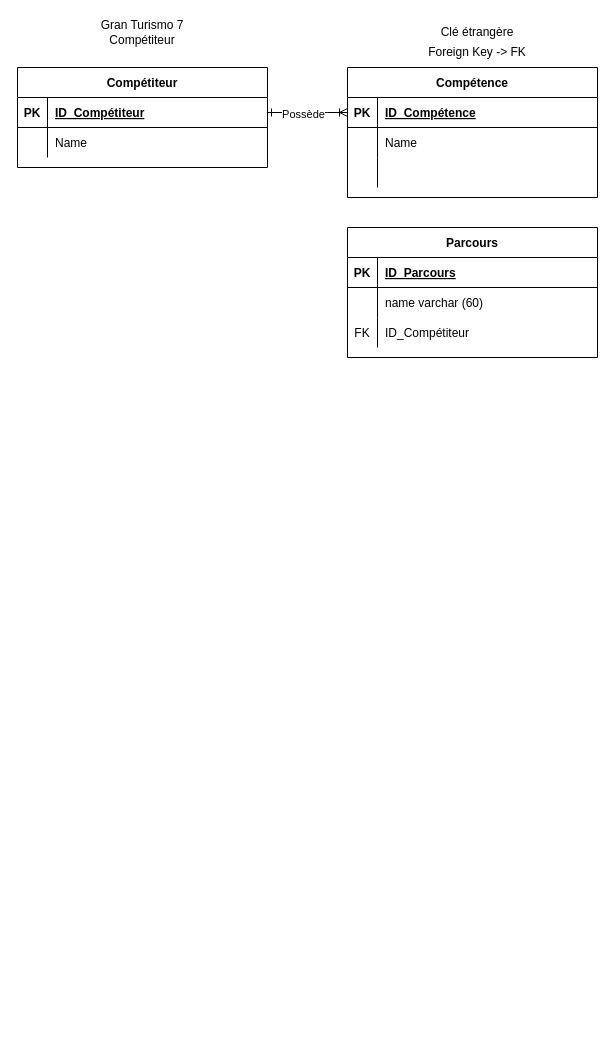
mbacc69005Branly/BTS2-CIEL-IR-MCD-2024-2025 keeps this draw.io diagram as Diagramme 1.drawio. Above is the earlier version. Source tidied: cells renumbered, new cells numbered last; positions are measured from the earlier drawing's top-left corner, leaving out a move shared by most shapes. Both pictures are drawn from the tidied source at 100%, with x=0, y=0 at pixel (17, 17).
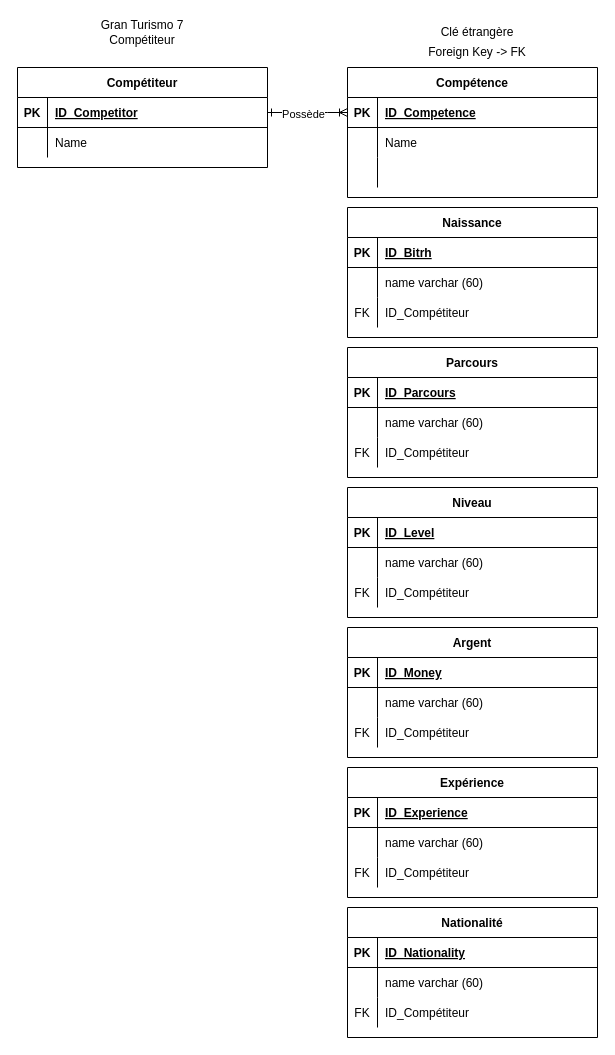
The same diagram, later.

Commit message:
Mettre à jour Description Diagramme 1.drawio

Unchanged cells that the change refers to:
```xml
<mxCell id="5" style="shape=partialRectangle;fillColor=none;points=[[0,0.5],[1,0.5]];portConstraint=eastwest;top=0;left=0;right=0;bottom=1;" parent="4" vertex="1">
  <mxGeometry y="30" width="250" height="30" as="geometry" />
</mxCell>
<mxCell id="15" style="shape=partialRectangle;fillColor=none;top=0;left=0;right=0;bottom=1;" parent="14" vertex="1">
  <mxGeometry y="30" width="250" height="30" as="geometry" />
</mxCell>
<mxCell id="25" style="shape=partialRectangle;fillColor=none;points=[[0,0.5],[1,0.5]];portConstraint=eastwest;top=0;left=0;right=0;bottom=1;" parent="24" vertex="1">
  <mxGeometry y="30" width="250" height="30" as="geometry" />
</mxCell>
```

Diff of the diagram source:
```diff
@@
-    <mxCell id="7" value="ID_Compétence" style="shape=partialRectangle;overflow=hidden;fillColor=none;top=0;left=0;bottom=0;right=0;align=left;spacingLeft=6;fontStyle=5;" parent="5" vertex="1">
+    <mxCell id="7" value="ID_Competence" style="shape=partialRectangle;overflow=hidden;fillColor=none;top=0;left=0;bottom=0;right=0;align=left;spacingLeft=6;fontStyle=5;" parent="5" vertex="1">
       <mxGeometry x="30" width="220" height="30" as="geometry" />
     </mxCell>
@@
-    <mxCell id="14" value="Parcours" style="shape=table;startSize=30;childLayout=tableLayout;rowLines=0;fontStyle=1;align=center;" parent="1" vertex="1">
-      <mxGeometry x="330" y="210" width="250" height="130" as="geometry" />
+    <mxCell id="14" value="Niveau" style="shape=table;startSize=30;childLayout=tableLayout;rowLines=0;fontStyle=1;align=center;" parent="1" vertex="1">
+      <mxGeometry x="330" y="470" width="250" height="130" as="geometry" />
     </mxCell>
@@
-    <mxCell id="17" value="ID_Parcours" style="shape=partialRectangle;overflow=hidden;fillColor=none;top=0;left=0;bottom=0;right=0;align=left;spacingLeft=6;fontStyle=5;" parent="15" vertex="1">
+    <mxCell id="17" value="ID_Level" style="shape=partialRectangle;overflow=hidden;fillColor=none;top=0;left=0;bottom=0;right=0;align=left;spacingLeft=6;fontStyle=5;" parent="15" vertex="1">
       <mxGeometry x="30" width="220" height="30" as="geometry" />
     </mxCell>
@@
-    <mxCell id="27" value="ID_Compétiteur" style="shape=partialRectangle;overflow=hidden;fillColor=none;top=0;left=0;bottom=0;right=0;align=left;spacingLeft=6;fontStyle=5;" parent="25" vertex="1">
+    <mxCell id="27" value="ID_Competitor" style="shape=partialRectangle;overflow=hidden;fillColor=none;top=0;left=0;bottom=0;right=0;align=left;spacingLeft=6;fontStyle=5;" parent="25" vertex="1">
       <mxGeometry x="30" width="220" height="30" as="geometry" />
     </mxCell>
@@
+    <mxCell id="34" value="Argent" style="shape=table;startSize=30;childLayout=tableLayout;rowLines=0;fontStyle=1;align=center;" parent="1" vertex="1">
+      <mxGeometry x="330" y="610" width="250" height="130" as="geometry" />
+    </mxCell>
+    <mxCell id="35" style="shape=partialRectangle;fillColor=none;top=0;left=0;right=0;bottom=1;" parent="34" vertex="1">
+      <mxGeometry y="30" width="250" height="30" as="geometry" />
+    </mxCell>
+    <mxCell id="36" value="PK" style="shape=partialRectangle;overflow=hidden;fillColor=none;top=0;left=0;bottom=0;right=0;fontStyle=1;" parent="35" vertex="1">
+      <mxGeometry width="30" height="30" as="geometry" />
+    </mxCell>
+    <mxCell id="37" value="ID_Money" style="shape=partialRectangle;overflow=hidden;fillColor=none;top=0;left=0;bottom=0;right=0;align=left;spacingLeft=6;fontStyle=5;" parent="35" vertex="1">
+      <mxGeometry x="30" width="220" height="30" as="geometry" />
+    </mxCell>
+    <mxCell id="38" style="shape=partialRectangle;fillColor=none;top=0;left=0;right=0;bottom=0;" parent="34" vertex="1">
+      <mxGeometry y="60" width="250" height="30" as="geometry" />
+    </mxCell>
+    <mxCell id="39" style="shape=partialRectangle;overflow=hidden;fillColor=none;top=0;left=0;bottom=0;right=0;" parent="38" vertex="1">
+      <mxGeometry width="30" height="30" as="geometry" />
+    </mxCell>
+    <mxCell id="40" value="name varchar (60)" style="shape=partialRectangle;overflow=hidden;fillColor=none;top=0;left=0;bottom=0;right=0;align=left;spacingLeft=6;" parent="38" vertex="1">
+      <mxGeometry x="30" width="220" height="30" as="geometry" />
+    </mxCell>
+    <mxCell id="41" style="shape=partialRectangle;fillColor=none;top=0;left=0;right=0;bottom=0;" parent="34" vertex="1">
+      <mxGeometry y="90" width="250" height="30" as="geometry" />
+    </mxCell>
+    <mxCell id="42" value="FK" style="shape=partialRectangle;overflow=hidden;fillColor=none;top=0;left=0;bottom=0;right=0;" parent="41" vertex="1">
+      <mxGeometry width="30" height="30" as="geometry" />
+    </mxCell>
+    <mxCell id="43" value="ID_Compétiteur" style="shape=partialRectangle;overflow=hidden;fillColor=none;top=0;left=0;bottom=0;right=0;align=left;spacingLeft=6;" parent="41" vertex="1">
+      <mxGeometry x="30" width="220" height="30" as="geometry" />
+    </mxCell>
+    <mxCell id="44" value="Naissance" style="shape=table;startSize=30;childLayout=tableLayout;rowLines=0;fontStyle=1;align=center;" parent="1" vertex="1">
+      <mxGeometry x="330" y="190" width="250" height="130" as="geometry" />
+    </mxCell>
+    <mxCell id="45" style="shape=partialRectangle;fillColor=none;top=0;left=0;right=0;bottom=1;" parent="44" vertex="1">
+      <mxGeometry y="30" width="250" height="30" as="geometry" />
+    </mxCell>
+    <mxCell id="46" value="PK" style="shape=partialRectangle;overflow=hidden;fillColor=none;top=0;left=0;bottom=0;right=0;fontStyle=1;" parent="45" vertex="1">
+      <mxGeometry width="30" height="30" as="geometry" />
+    </mxCell>
+    <mxCell id="47" value="ID_Bitrh" style="shape=partialRectangle;overflow=hidden;fillColor=none;top=0;left=0;bottom=0;right=0;align=left;spacingLeft=6;fontStyle=5;" parent="45" vertex="1">
+      <mxGeometry x="30" width="220" height="30" as="geometry" />
+    </mxCell>
+    <mxCell id="48" style="shape=partialRectangle;fillColor=none;top=0;left=0;right=0;bottom=0;" parent="44" vertex="1">
+      <mxGeometry y="60" width="250" height="30" as="geometry" />
+    </mxCell>
+    <mxCell id="49" style="shape=partialRectangle;overflow=hidden;fillColor=none;top=0;left=0;bottom=0;right=0;" parent="48" vertex="1">
+      <mxGeometry width="30" height="30" as="geometry" />
+    </mxCell>
+    <mxCell id="50" value="name varchar (60)" style="shape=partialRectangle;overflow=hidden;fillColor=none;top=0;left=0;bottom=0;right=0;align=left;spacingLeft=6;" parent="48" vertex="1">
+      <mxGeometry x="30" width="220" height="30" as="geometry" />
+    </mxCell>
+    <mxCell id="51" style="shape=partialRectangle;fillColor=none;top=0;left=0;right=0;bottom=0;" parent="44" vertex="1">
+      <mxGeometry y="90" width="250" height="30" as="geometry" />
+    </mxCell>
+    <mxCell id="52" value="FK" style="shape=partialRectangle;overflow=hidden;fillColor=none;top=0;left=0;bottom=0;right=0;" parent="51" vertex="1">
+      <mxGeometry width="30" height="30" as="geometry" />
+    </mxCell>
+    <mxCell id="53" value="ID_Compétiteur" style="shape=partialRectangle;overflow=hidden;fillColor=none;top=0;left=0;bottom=0;right=0;align=left;spacingLeft=6;" parent="51" vertex="1">
+      <mxGeometry x="30" width="220" height="30" as="geometry" />
+    </mxCell>
+    <mxCell id="54" value="Parcours" style="shape=table;startSize=30;childLayout=tableLayout;rowLines=0;fontStyle=1;align=center;" parent="1" vertex="1">
+      <mxGeometry x="330" y="330" width="250" height="130" as="geometry" />
+    </mxCell>
+    <mxCell id="55" style="shape=partialRectangle;fillColor=none;top=0;left=0;right=0;bottom=1;" parent="54" vertex="1">
+      <mxGeometry y="30" width="250" height="30" as="geometry" />
+    </mxCell>
+    <mxCell id="56" value="PK" style="shape=partialRectangle;overflow=hidden;fillColor=none;top=0;left=0;bottom=0;right=0;fontStyle=1;" parent="55" vertex="1">
+      <mxGeometry width="30" height="30" as="geometry" />
+    </mxCell>
+    <mxCell id="57" value="ID_Parcours" style="shape=partialRectangle;overflow=hidden;fillColor=none;top=0;left=0;bottom=0;right=0;align=left;spacingLeft=6;fontStyle=5;" parent="55" vertex="1">
+      <mxGeometry x="30" width="220" height="30" as="geometry" />
+    </mxCell>
+    <mxCell id="58" style="shape=partialRectangle;fillColor=none;top=0;left=0;right=0;bottom=0;" parent="54" vertex="1">
+      <mxGeometry y="60" width="250" height="30" as="geometry" />
+    </mxCell>
+    <mxCell id="59" style="shape=partialRectangle;overflow=hidden;fillColor=none;top=0;left=0;bottom=0;right=0;" parent="58" vertex="1">
+      <mxGeometry width="30" height="30" as="geometry" />
+    </mxCell>
+    <mxCell id="60" value="name varchar (60)" style="shape=partialRectangle;overflow=hidden;fillColor=none;top=0;left=0;bottom=0;right=0;align=left;spacingLeft=6;" parent="58" vertex="1">
+      <mxGeometry x="30" width="220" height="30" as="geometry" />
+    </mxCell>
+    <mxCell id="61" style="shape=partialRectangle;fillColor=none;top=0;left=0;right=0;bottom=0;" parent="54" vertex="1">
+      <mxGeometry y="90" width="250" height="30" as="geometry" />
+    </mxCell>
+    <mxCell id="62" value="FK" style="shape=partialRectangle;overflow=hidden;fillColor=none;top=0;left=0;bottom=0;right=0;" parent="61" vertex="1">
+      <mxGeometry width="30" height="30" as="geometry" />
+    </mxCell>
+    <mxCell id="63" value="ID_Compétiteur" style="shape=partialRectangle;overflow=hidden;fillColor=none;top=0;left=0;bottom=0;right=0;align=left;spacingLeft=6;" parent="61" vertex="1">
+      <mxGeometry x="30" width="220" height="30" as="geometry" />
+    </mxCell>
+    <mxCell id="64" value="Expérience" style="shape=table;startSize=30;childLayout=tableLayout;rowLines=0;fontStyle=1;align=center;" parent="1" vertex="1">
+      <mxGeometry x="330" y="750" width="250" height="130" as="geometry" />
+    </mxCell>
+    <mxCell id="65" style="shape=partialRectangle;fillColor=none;top=0;left=0;right=0;bottom=1;" parent="64" vertex="1">
+      <mxGeometry y="30" width="250" height="30" as="geometry" />
+    </mxCell>
+    <mxCell id="66" value="PK" style="shape=partialRectangle;overflow=hidden;fillColor=none;top=0;left=0;bottom=0;right=0;fontStyle=1;" parent="65" vertex="1">
+      <mxGeometry width="30" height="30" as="geometry" />
+    </mxCell>
+    <mxCell id="67" value="ID_Experience" style="shape=partialRectangle;overflow=hidden;fillColor=none;top=0;left=0;bottom=0;right=0;align=left;spacingLeft=6;fontStyle=5;" parent="65" vertex="1">
+      <mxGeometry x="30" width="220" height="30" as="geometry" />
+    </mxCell>
+    <mxCell id="68" style="shape=partialRectangle;fillColor=none;top=0;left=0;right=0;bottom=0;" parent="64" vertex="1">
+      <mxGeometry y="60" width="250" height="30" as="geometry" />
+    </mxCell>
+    <mxCell id="69" style="shape=partialRectangle;overflow=hidden;fillColor=none;top=0;left=0;bottom=0;right=0;" parent="68" vertex="1">
+      <mxGeometry width="30" height="30" as="geometry" />
+    </mxCell>
+    <mxCell id="70" value="name varchar (60)" style="shape=partialRectangle;overflow=hidden;fillColor=none;top=0;left=0;bottom=0;right=0;align=left;spacingLeft=6;" parent="68" vertex="1">
+      <mxGeometry x="30" width="220" height="30" as="geometry" />
+    </mxCell>
+    <mxCell id="71" style="shape=partialRectangle;fillColor=none;top=0;left=0;right=0;bottom=0;" parent="64" vertex="1">
+      <mxGeometry y="90" width="250" height="30" as="geometry" />
+    </mxCell>
+    <mxCell id="72" value="FK" style="shape=partialRectangle;overflow=hidden;fillColor=none;top=0;left=0;bottom=0;right=0;" parent="71" vertex="1">
+      <mxGeometry width="30" height="30" as="geometry" />
+    </mxCell>
+    <mxCell id="73" value="ID_Compétiteur" style="shape=partialRectangle;overflow=hidden;fillColor=none;top=0;left=0;bottom=0;right=0;align=left;spacingLeft=6;" parent="71" vertex="1">
+      <mxGeometry x="30" width="220" height="30" as="geometry" />
+    </mxCell>
+    <mxCell id="74" value="Nationalité" style="shape=table;startSize=30;childLayout=tableLayout;rowLines=0;fontStyle=1;align=center;" parent="1" vertex="1">
+      <mxGeometry x="330" y="890" width="250" height="130" as="geometry" />
+    </mxCell>
+    <mxCell id="75" style="shape=partialRectangle;fillColor=none;top=0;left=0;right=0;bottom=1;" parent="74" vertex="1">
+      <mxGeometry y="30" width="250" height="30" as="geometry" />
+    </mxCell>
+    <mxCell id="76" value="PK" style="shape=partialRectangle;overflow=hidden;fillColor=none;top=0;left=0;bottom=0;right=0;fontStyle=1;" parent="75" vertex="1">
+      <mxGeometry width="30" height="30" as="geometry" />
+    </mxCell>
+    <mxCell id="77" value="ID_Nationality" style="shape=partialRectangle;overflow=hidden;fillColor=none;top=0;left=0;bottom=0;right=0;align=left;spacingLeft=6;fontStyle=5;" parent="75" vertex="1">
+      <mxGeometry x="30" width="220" height="30" as="geometry" />
+    </mxCell>
+    <mxCell id="78" style="shape=partialRectangle;fillColor=none;top=0;left=0;right=0;bottom=0;" parent="74" vertex="1">
+      <mxGeometry y="60" width="250" height="30" as="geometry" />
+    </mxCell>
+    <mxCell id="79" style="shape=partialRectangle;overflow=hidden;fillColor=none;top=0;left=0;bottom=0;right=0;" parent="78" vertex="1">
+      <mxGeometry width="30" height="30" as="geometry" />
+    </mxCell>
+    <mxCell id="80" value="name varchar (60)" style="shape=partialRectangle;overflow=hidden;fillColor=none;top=0;left=0;bottom=0;right=0;align=left;spacingLeft=6;" parent="78" vertex="1">
+      <mxGeometry x="30" width="220" height="30" as="geometry" />
+    </mxCell>
+    <mxCell id="81" style="shape=partialRectangle;fillColor=none;top=0;left=0;right=0;bottom=0;" parent="74" vertex="1">
+      <mxGeometry y="90" width="250" height="30" as="geometry" />
+    </mxCell>
+    <mxCell id="82" value="FK" style="shape=partialRectangle;overflow=hidden;fillColor=none;top=0;left=0;bottom=0;right=0;" parent="81" vertex="1">
+      <mxGeometry width="30" height="30" as="geometry" />
+    </mxCell>
+    <mxCell id="83" value="ID_Compétiteur" style="shape=partialRectangle;overflow=hidden;fillColor=none;top=0;left=0;bottom=0;right=0;align=left;spacingLeft=6;" parent="81" vertex="1">
+      <mxGeometry x="30" width="220" height="30" as="geometry" />
+    </mxCell>
```
